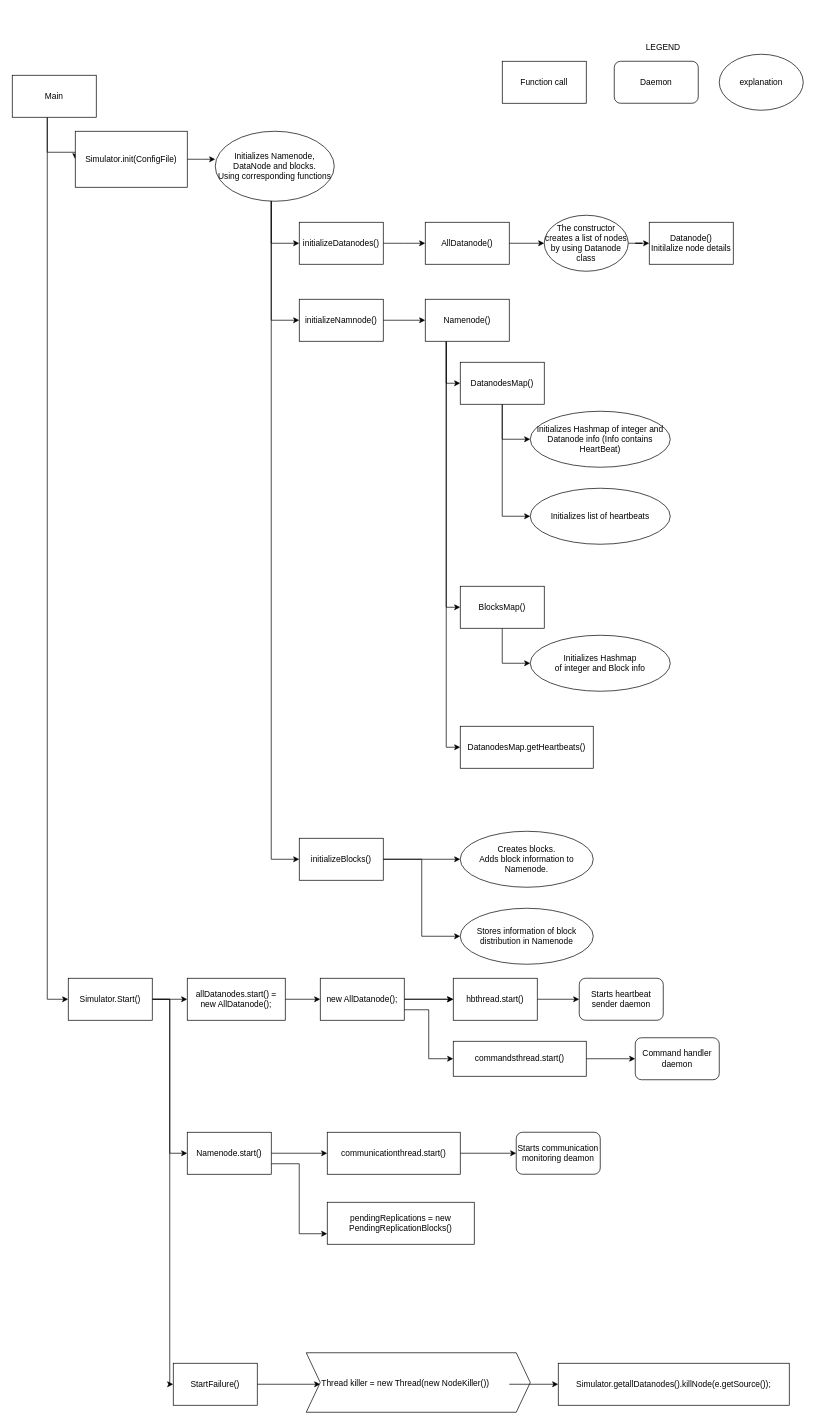
Above: HDFS-Diagram.drawio in Gituser143/HDFS-Sim (draw.io), before the change. Source tidied: cells renumbered, new cells numbered last; positions are measured from the earlier drawing's top-left corner, leaving out a move shared by most shapes. Both pictures are drawn from the tidied source at 70%, with x=0, y=0 at pixel (12, 12).
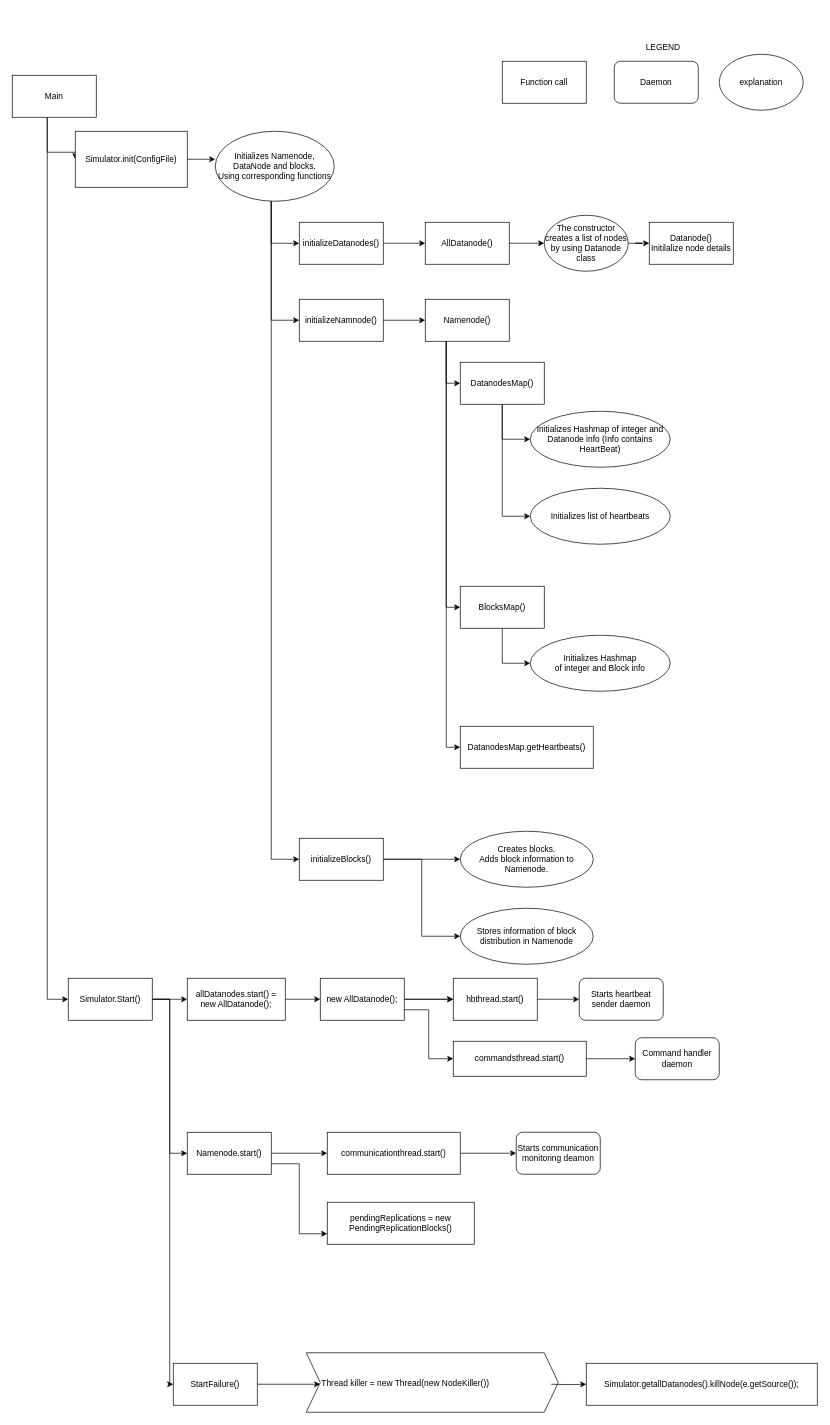
Above is the later version.

The change refers to these unchanged cells:
```xml
<mxCell id="69" value="Thread killer = new Thread(new NodeKiller())" style="text;html=1;" parent="1" vertex="1">
  <mxGeometry x="440" y="1945" width="270" height="30" as="geometry" />
</mxCell>
```

Change to the diagram source:
```diff
@@
     <mxCell id="67" style="shape=step;perimeter=stepPerimeter;whiteSpace=wrap;html=1;fixedSize=1;" parent="1" vertex="1">
-      <mxGeometry x="420" y="1915" width="320" height="85" as="geometry" />
+      <mxGeometry x="420" y="1915" width="360" height="85" as="geometry" />
     </mxCell>
-    <mxCell id="68" style="edgeStyle=orthogonalEdgeStyle;rounded=0;jettySize=auto;html=1;" parent="1" edge="1" source="69" target="70">
-      <mxGeometry relative="1" as="geometry" />
+    <mxCell id="68" style="edgeStyle=orthogonalEdgeStyle;rounded=0;jettySize=auto;html=1;" parent="1" edge="1" target="70">
+      <mxGeometry relative="1" as="geometry">
+        <mxPoint x="770" y="1960" as="sourcePoint" />
+      </mxGeometry>
     </mxCell>
@@
     <mxCell id="70" value="Simulator.getallDatanodes().killNode(e.getSource());" style="rounded=0;whiteSpace=wrap;html=1;" parent="1" vertex="1">
-      <mxGeometry x="780" y="1930" width="330" height="60" as="geometry" />
+      <mxGeometry x="820" y="1930" width="330" height="60" as="geometry" />
     </mxCell>
```
